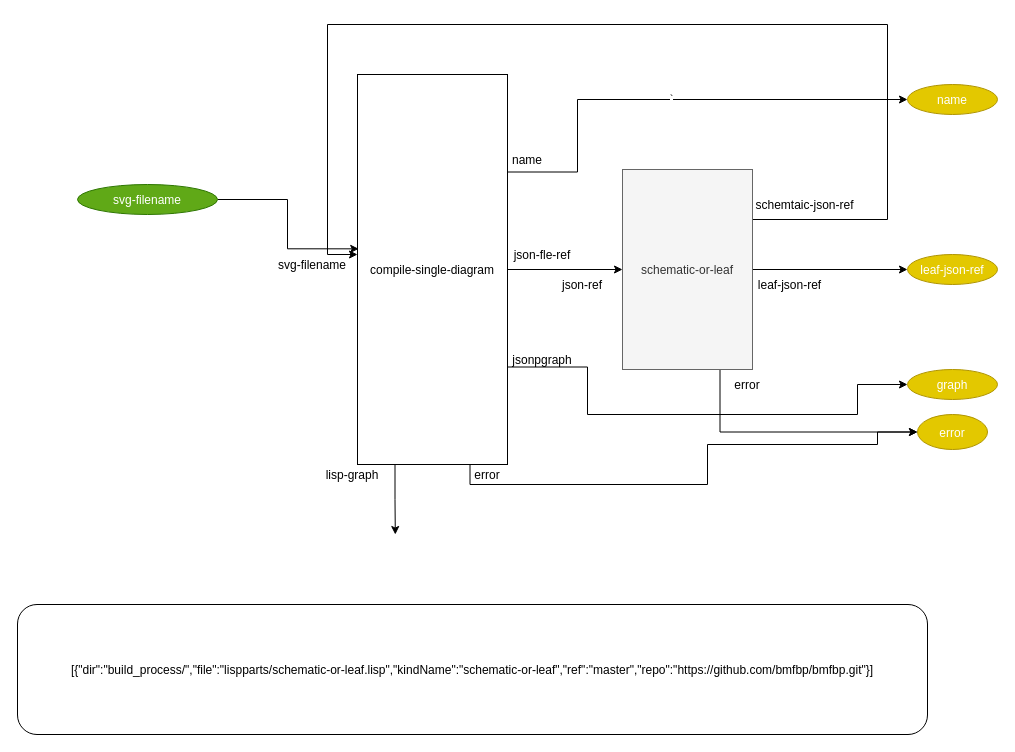
The draw.io diagram page "2. build-recursive" (3 of 5) of build_process/cl-build/build.drawio in bmfbp/bmfbp, before the edit. Source tidied: cells renumbered, new cells numbered last; positions are measured from the earlier drawing's top-left corner, leaving out a move shared by most shapes. Both pictures are drawn from the tidied source at 100%, with x=0, y=0 at pixel (17, 24).
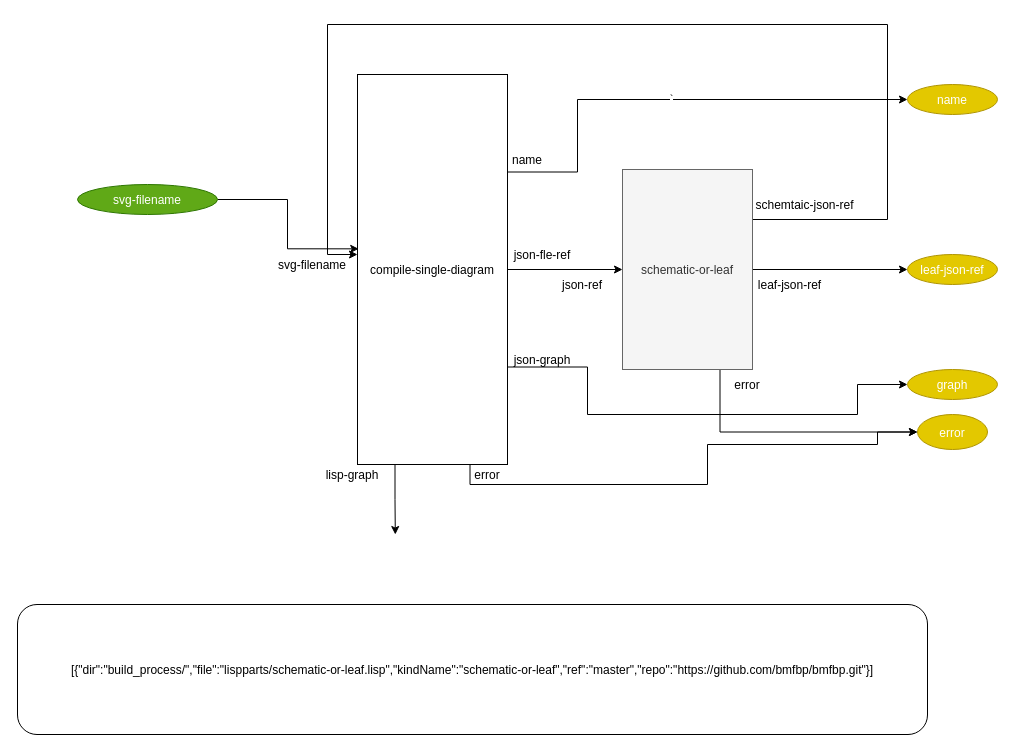
The same diagram, later.

What changed in the source:
```diff
@@
-    <mxCell id="20" value="jsonpgraph" style="text;strokeColor=none;fillColor=none;align=center;verticalAlign=middle;rounded=0;" parent="1" vertex="1">
+    <mxCell id="20" value="json-graph" style="text;strokeColor=none;fillColor=none;align=center;verticalAlign=middle;rounded=0;" parent="1" vertex="1">
       <mxGeometry x="490" y="325" width="70" height="20" as="geometry" />
     </mxCell>
```
